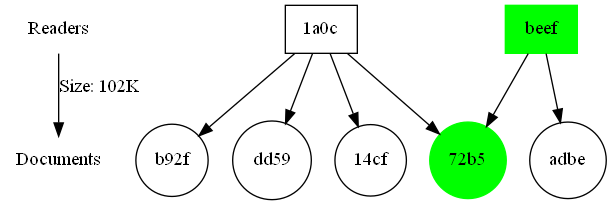
Danielryan98/DataAnalysisTool keeps this Graphviz diagram as graph.png. Above is the earlier version. Its source is kept beside it as graph.dot.
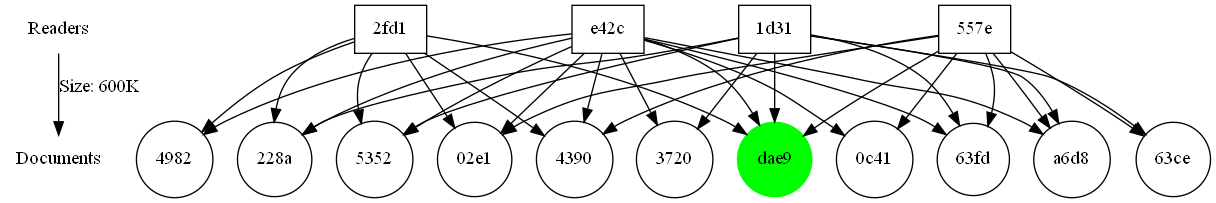
The same file after the commit.

The edit, as a diff of the source:
```diff
@@ -1,22 +1,76 @@
 digraph "also likes" {
 	Readers [label=Readers shape=none]
 	Documents [label=Documents shape=none]
-	Readers -> Documents [label="Size: 102K"]
-	"72b5" [label="72b5" color=green shape=circle style=filled]
-	"1a0c" [label="1a0c" shape=box]
-	"1a0c" -> "72b5"
-	beef [label=beef color=green shape=box style=filled]
-	beef -> "72b5"
-	adbe [label=adbe shape=circle]
-	beef [label=beef color=green shape=box style=filled]
-	beef -> adbe
-	"14cf" [label="14cf" shape=circle]
-	"1a0c" [label="1a0c" shape=box]
-	"1a0c" -> "14cf"
-	b92f [label=b92f shape=circle]
-	"1a0c" [label="1a0c" shape=box]
-	"1a0c" -> b92f
-	dd59 [label=dd59 shape=circle]
-	"1a0c" [label="1a0c" shape=box]
-	"1a0c" -> dd59
+	Readers -> Documents [label="Size: 600K"]
+	dae9 [label=dae9 color=green shape=circle style=filled]
+	e42c [label=e42c shape=box]
+	e42c -> dae9
+	"557e" [label="557e" shape=box]
+	"557e" -> dae9
+	"2fd1" [label="2fd1" shape=box]
+	"2fd1" -> dae9
+	"1d31" [label="1d31" shape=box]
+	"1d31" -> dae9
+	5352 [label=5352 shape=circle]
+	e42c [label=e42c shape=box]
+	e42c -> 5352
+	"2fd1" [label="2fd1" shape=box]
+	"2fd1" -> 5352
+	"1d31" [label="1d31" shape=box]
+	"1d31" -> 5352
+	"228a" [label="228a" shape=circle]
+	e42c [label=e42c shape=box]
+	e42c -> "228a"
+	"2fd1" [label="2fd1" shape=box]
+	"2fd1" -> "228a"
+	"1d31" [label="1d31" shape=box]
+	"1d31" -> "228a"
+	"02e1" [label="02e1" shape=circle]
+	e42c [label=e42c shape=box]
+	e42c -> "02e1"
+	"557e" [label="557e" shape=box]
+	"557e" -> "02e1"
+	"2fd1" [label="2fd1" shape=box]
+	"2fd1" -> "02e1"
+	"63fd" [label="63fd" shape=circle]
+	e42c [label=e42c shape=box]
+	e42c -> "63fd"
+	"557e" [label="557e" shape=box]
+	"557e" -> "63fd"
+	"1d31" [label="1d31" shape=box]
+	"1d31" -> "63fd"
+	a6d8 [label=a6d8 shape=circle]
+	e42c [label=e42c shape=box]
+	e42c -> a6d8
+	"557e" [label="557e" shape=box]
+	"557e" -> a6d8
+	"1d31" [label="1d31" shape=box]
+	"1d31" -> a6d8
+	4390 [label=4390 shape=circle]
+	e42c [label=e42c shape=box]
+	e42c -> 4390
+	"557e" [label="557e" shape=box]
+	"557e" -> 4390
+	"2fd1" [label="2fd1" shape=box]
+	"2fd1" -> 4390
+	"63ce" [label="63ce" shape=circle]
+	"557e" [label="557e" shape=box]
+	"557e" -> "63ce"
+	"1d31" [label="1d31" shape=box]
+	"1d31" -> "63ce"
+	3720 [label=3720 shape=circle]
+	e42c [label=e42c shape=box]
+	e42c -> 3720
+	"1d31" [label="1d31" shape=box]
+	"1d31" -> 3720
+	"0c41" [label="0c41" shape=circle]
+	e42c [label=e42c shape=box]
+	e42c -> "0c41"
+	"557e" [label="557e" shape=box]
+	"557e" -> "0c41"
+	4982 [label=4982 shape=circle]
+	e42c [label=e42c shape=box]
+	e42c -> 4982
+	"2fd1" [label="2fd1" shape=box]
+	"2fd1" -> 4982
 }
```
